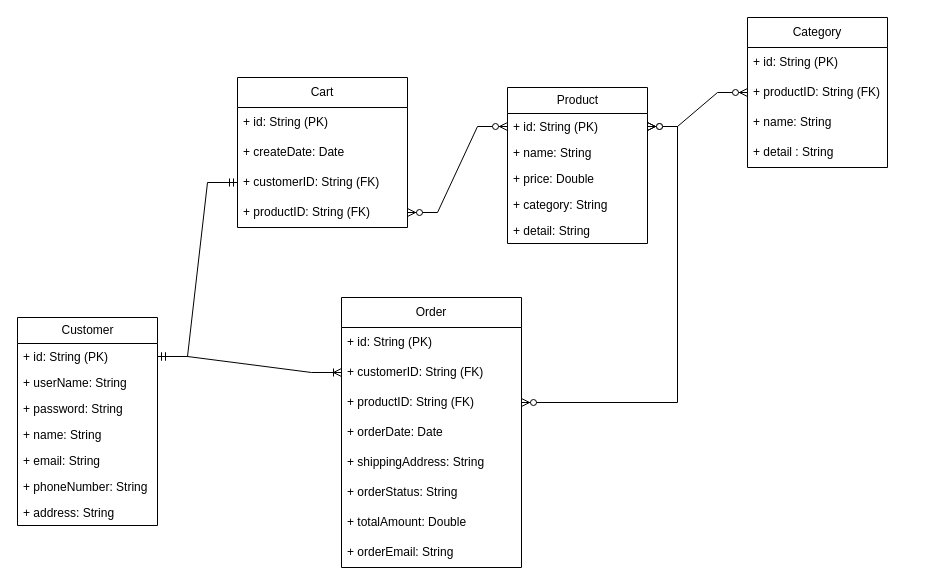
cuongle2503/E-Commerce keeps this draw.io diagram as Ecommerce/Ecommerce/Biểu đồ không có tiêu đề.drawio. Above is the earlier version. Source tidied: cells renumbered, new cells numbered last; positions are measured from the earlier drawing's top-left corner, leaving out a move shared by most shapes. Both pictures are drawn from the tidied source at 100%, with x=0, y=0 at pixel (17, 17).
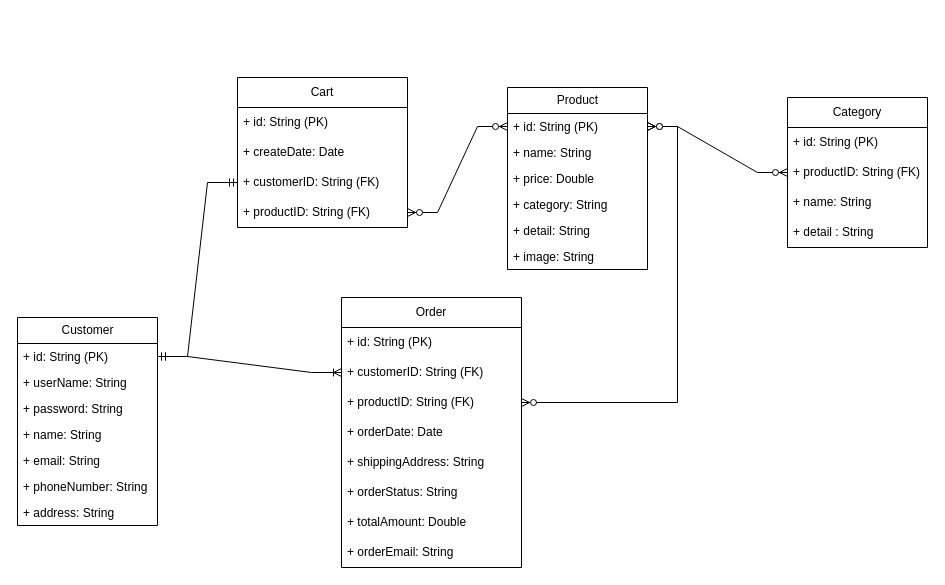
After the change.

What changed in the source:
```diff
@@
     <mxCell id="10" value="Product" style="swimlane;fontStyle=0;horizontal=1;startSize=26;fillColor=none;html=1;" parent="1" vertex="1">
-      <mxGeometry x="490" y="70" width="140" height="156" as="geometry" />
+      <mxGeometry x="490" y="70" width="140" height="182" as="geometry" />
     </mxCell>
@@
+    <mxCell id="40" value="+ image: String" style="text;strokeColor=none;fillColor=none;align=left;verticalAlign=top;spacingLeft=4;spacingRight=4;overflow=hidden;whiteSpace=wrap;html=1;" parent="10" vertex="1">
+      <mxGeometry y="156" width="140" height="26" as="geometry" />
+    </mxCell>
@@
     <mxCell id="30" value="Category" style="swimlane;fontStyle=0;horizontal=1;startSize=30;whiteSpace=wrap;html=1;" parent="1" vertex="1">
-      <mxGeometry x="730" width="140" height="150" as="geometry" />
+      <mxGeometry x="770" y="80" width="140" height="150" as="geometry" />
     </mxCell>
```
